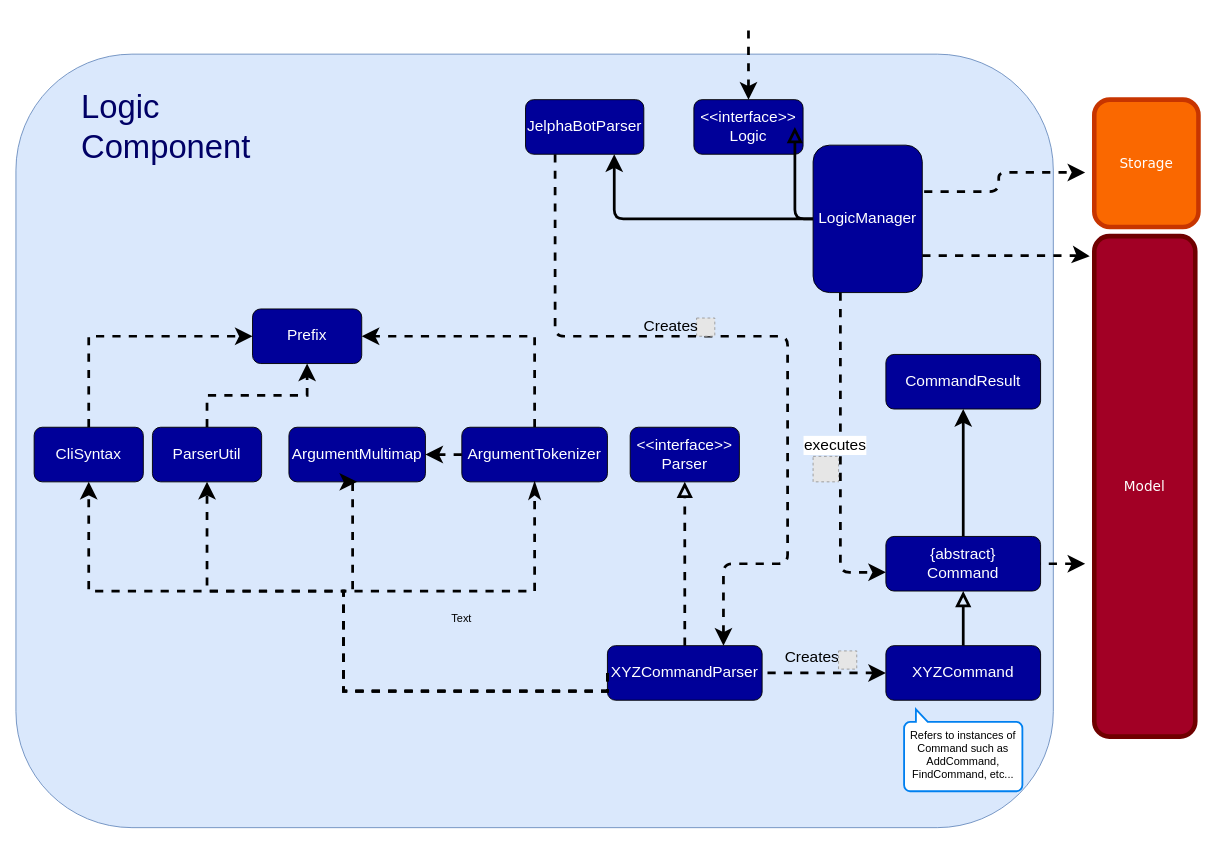
Before: docs/diagrams/LogicClassDiagram.drawio in yapdianhao/main, a draw.io diagram. Source tidied: cells renumbered, new cells numbered last; positions are measured from the earlier drawing's top-left corner, leaving out a move shared by most shapes. Both pictures are drawn from the tidied source at 91%, with x=0, y=0 at pixel (15, 26). Pictures stored in the file or linked from it are replaced by grey dashed boxes.
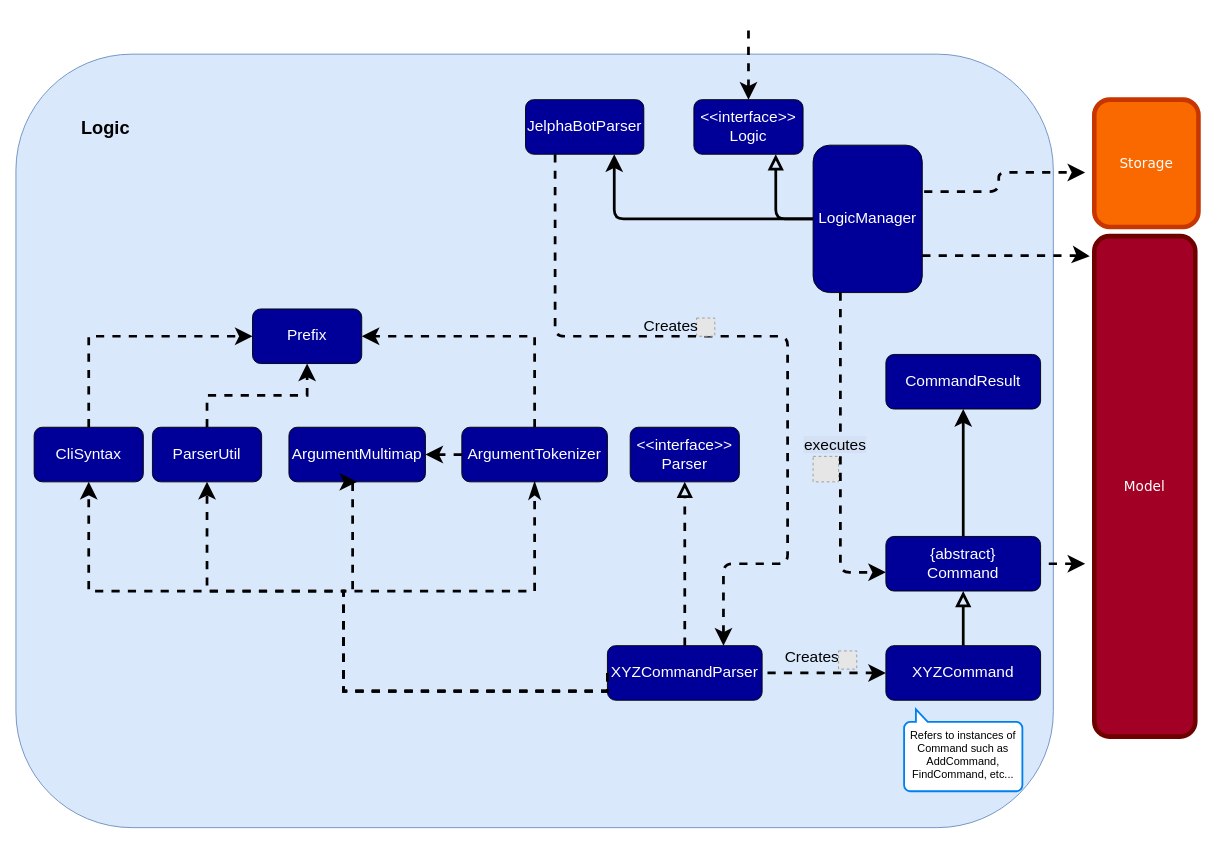
Above is the later version.

Commit message (it also covers changes not shown here):
Add ViewTaskListSequenceDiagram Update LogicClassDiagram to standardize w group

Unchanged cells that the change refers to:
```xml
<mxCell id="4" value="&lt;div style=&quot;font-size: 17px&quot;&gt;&lt;font style=&quot;font-size: 17px&quot; face=&quot;Helvetica&quot;&gt;&lt;span style=&quot;background-color: rgb(0 , 0 , 153)&quot;&gt;&lt;font style=&quot;font-size: 17px&quot; color=&quot;#FFFFFF&quot;&gt;&amp;lt;&amp;lt;interface&amp;gt;&amp;gt;&lt;/font&gt;&lt;/span&gt;&lt;/font&gt;&lt;/div&gt;&lt;div style=&quot;font-size: 17px&quot;&gt;&lt;font style=&quot;font-size: 17px&quot; face=&quot;Helvetica&quot;&gt;&lt;span style=&quot;background-color: rgb(0 , 0 , 153)&quot;&gt;&lt;font style=&quot;font-size: 17px&quot; color=&quot;#FFFFFF&quot;&gt;Logic&lt;/font&gt;&lt;/span&gt;&lt;/font&gt;&lt;/div&gt;" style="rounded=1;whiteSpace=wrap;html=1;fillColor=#000099;" parent="1" vertex="1">
  <mxGeometry x="745" y="80" width="120" height="60" as="geometry" />
</mxCell>
<mxCell id="14" value="&lt;div style=&quot;font-size: 17px&quot;&gt;&lt;font style=&quot;font-size: 17px&quot; face=&quot;Helvetica&quot;&gt;&lt;span style=&quot;background-color: rgb(0 , 0 , 153)&quot;&gt;&lt;font color=&quot;#FFFFFF&quot;&gt;{abstract}&lt;/font&gt;&lt;/span&gt;&lt;/font&gt;&lt;/div&gt;&lt;div style=&quot;font-size: 17px&quot;&gt;&lt;font style=&quot;font-size: 17px&quot; face=&quot;Helvetica&quot;&gt;&lt;span style=&quot;background-color: rgb(0 , 0 , 153)&quot;&gt;&lt;font color=&quot;#FFFFFF&quot;&gt;Command&lt;/font&gt;&lt;br&gt;&lt;/span&gt;&lt;/font&gt;&lt;/div&gt;" style="rounded=1;whiteSpace=wrap;html=1;fillColor=#000099;shadow=0;" parent="1" vertex="1">
  <mxGeometry x="956" y="560" width="170" height="60" as="geometry" />
</mxCell>
<mxCell id="22" value="&lt;div style=&quot;font-size: 17px&quot;&gt;&lt;font style=&quot;font-size: 17px&quot; face=&quot;Helvetica&quot;&gt;&lt;span style=&quot;background-color: rgb(0 , 0 , 153)&quot;&gt;&lt;font style=&quot;font-size: 17px&quot; color=&quot;#FFFFFF&quot;&gt;LogicManager&lt;/font&gt;&lt;/span&gt;&lt;/font&gt;&lt;/div&gt;" style="rounded=1;whiteSpace=wrap;html=1;fillColor=#000099;" parent="1" vertex="1">
  <mxGeometry x="876" y="130" width="120" height="162" as="geometry" />
</mxCell>
```

Diff of the diagram source:
```diff
@@
-    <mxCell id="17" style="edgeStyle=orthogonalEdgeStyle;rounded=1;jumpStyle=none;jumpSize=10;jettySize=auto;html=1;startSize=10;endArrow=block;endFill=0;endSize=10;strokeWidth=3;" parent="1" edge="1" source="22" target="4">
+    <mxCell id="17" style="edgeStyle=orthogonalEdgeStyle;rounded=1;jumpStyle=none;jumpSize=10;jettySize=auto;html=1;startSize=10;endArrow=block;endFill=0;endSize=10;strokeWidth=3;entryX=0.75;entryY=1;entryDx=0;entryDy=0;" parent="1" edge="1" source="22" target="4">
       <mxGeometry relative="1" as="geometry" />
     </mxCell>
@@
-    <mxCell id="21" value="&lt;div style=&quot;font-size: 17px&quot;&gt;executes&lt;/div&gt;" style="edgeStyle=orthogonalEdgeStyle;rounded=1;jumpStyle=none;jumpSize=10;jettySize=auto;html=1;exitX=0.25;exitY=1;exitDx=0;exitDy=0;dashed=1;startSize=10;endArrow=classic;endFill=1;endSize=10;strokeWidth=3;entryX=0;entryY=0.657;entryDx=0;entryDy=0;entryPerimeter=0;" parent="1" edge="1" source="22" target="14">
+    <mxCell id="21" value="&lt;div style=&quot;font-size: 17px&quot;&gt;&lt;span style=&quot;background-color: rgb(212 , 225 , 245)&quot;&gt;executes&lt;/span&gt;&lt;/div&gt;" style="edgeStyle=orthogonalEdgeStyle;rounded=1;jumpStyle=none;jumpSize=10;jettySize=auto;html=1;exitX=0.25;exitY=1;exitDx=0;exitDy=0;dashed=1;startSize=10;endArrow=classic;endFill=1;endSize=10;strokeWidth=3;entryX=0;entryY=0.657;entryDx=0;entryDy=0;entryPerimeter=0;labelBackgroundColor=none;" parent="1" edge="1" source="22" target="14">
       <mxGeometry x="-0.06" y="-6" relative="1" as="geometry">
         <Array as="points">
           <mxPoint x="906" y="599" />
         </Array>
       </mxGeometry>
     </mxCell>
@@
-    <mxCell id="46" value="Text" style="text;html=1;strokeColor=none;fillColor=none;align=center;verticalAlign=middle;whiteSpace=wrap;rounded=0;" parent="1" vertex="1">
-      <mxGeometry x="470" y="640" width="40" height="20" as="geometry" />
-    </mxCell>
-    <mxCell id="47" value="&lt;font&gt;Logic Component&lt;br&gt;&lt;/font&gt;" style="text;html=1;strokeColor=none;fillColor=none;align=left;verticalAlign=middle;whiteSpace=wrap;rounded=0;fontSize=36;fontColor=#000066;" parent="1" vertex="1">
+    <mxCell id="47" value="&lt;b style=&quot;font-size: 20px;&quot;&gt;Logic&lt;/b&gt;" style="text;html=1;strokeColor=none;fillColor=none;align=left;verticalAlign=middle;whiteSpace=wrap;rounded=0;fontSize=20;fontColor=#000000;" parent="1" vertex="1">
       <mxGeometry x="70" y="90" width="40" height="40" as="geometry" />
     </mxCell>
```
